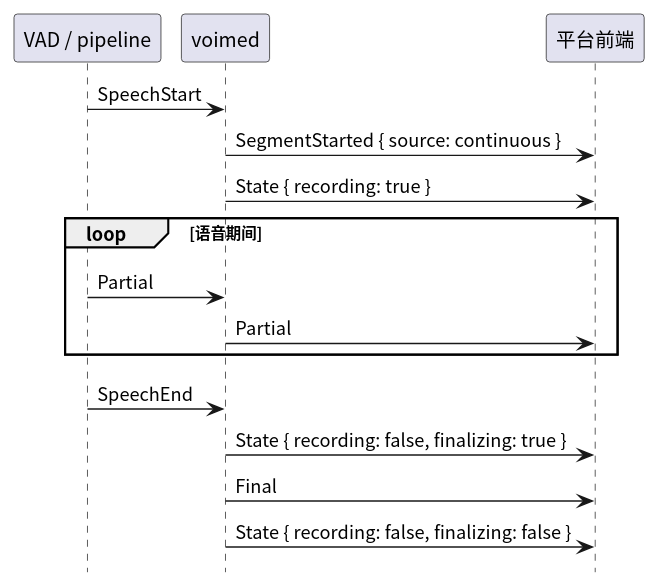
Above: crates/voimed/diagram/continuous-flow.svg in 54m43lJ/voime (PlantUML), before the change.
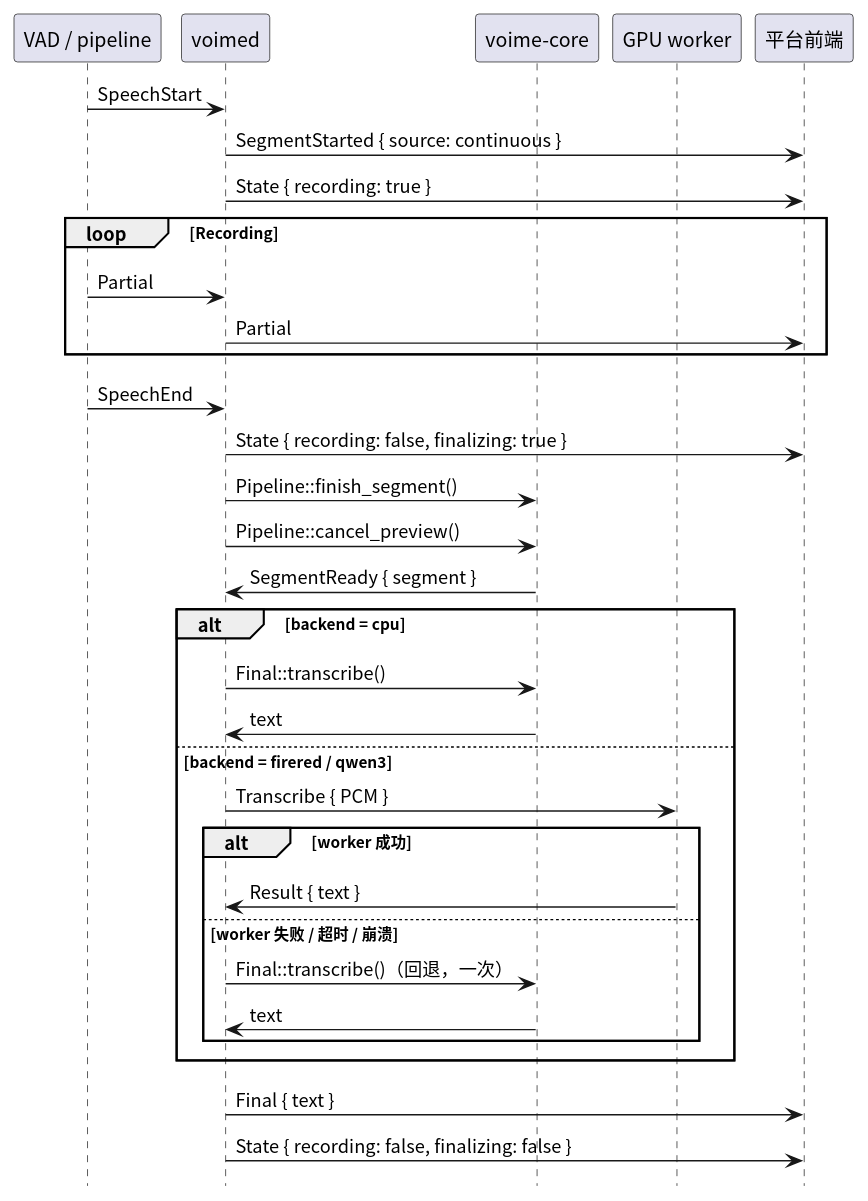
The same diagram one commit later.

The edit, as a diff of the source:
```diff
@@ -5,19 +5,38 @@
 
 participant "VAD / pipeline" as Vad
 participant "voimed" as Daemon
+participant "voime-core" as Core
+participant "GPU worker" as Worker
 participant "平台前端" as Frontend
 
 Vad -> Daemon : SpeechStart
 Daemon -> Frontend : SegmentStarted { source: continuous }
 Daemon -> Frontend : State { recording: true }
 
-loop 语音期间
+loop Recording
   Vad -> Daemon : Partial
   Daemon -> Frontend : Partial
 end
 
 Vad -> Daemon : SpeechEnd
 Daemon -> Frontend : State { recording: false, finalizing: true }
-Daemon -> Frontend : Final
+Daemon -> Core : Pipeline::finish_segment()
+Daemon -> Core : Pipeline::cancel_preview()
+Core -> Daemon : SegmentReady { segment }
+
+alt backend = cpu
+  Daemon -> Core : Final::transcribe()
+  Core -> Daemon : text
+else backend = firered / qwen3
+  Daemon -> Worker : Transcribe { PCM }
+  alt worker 成功
+    Worker -> Daemon : Result { text }
+  else worker 失败 / 超时 / 崩溃
+    Daemon -> Core : Final::transcribe()（回退，一次）
+    Core -> Daemon : text
+  end
+end
+
+Daemon -> Frontend : Final { text }
 Daemon -> Frontend : State { recording: false, finalizing: false }
 @enduml
```
